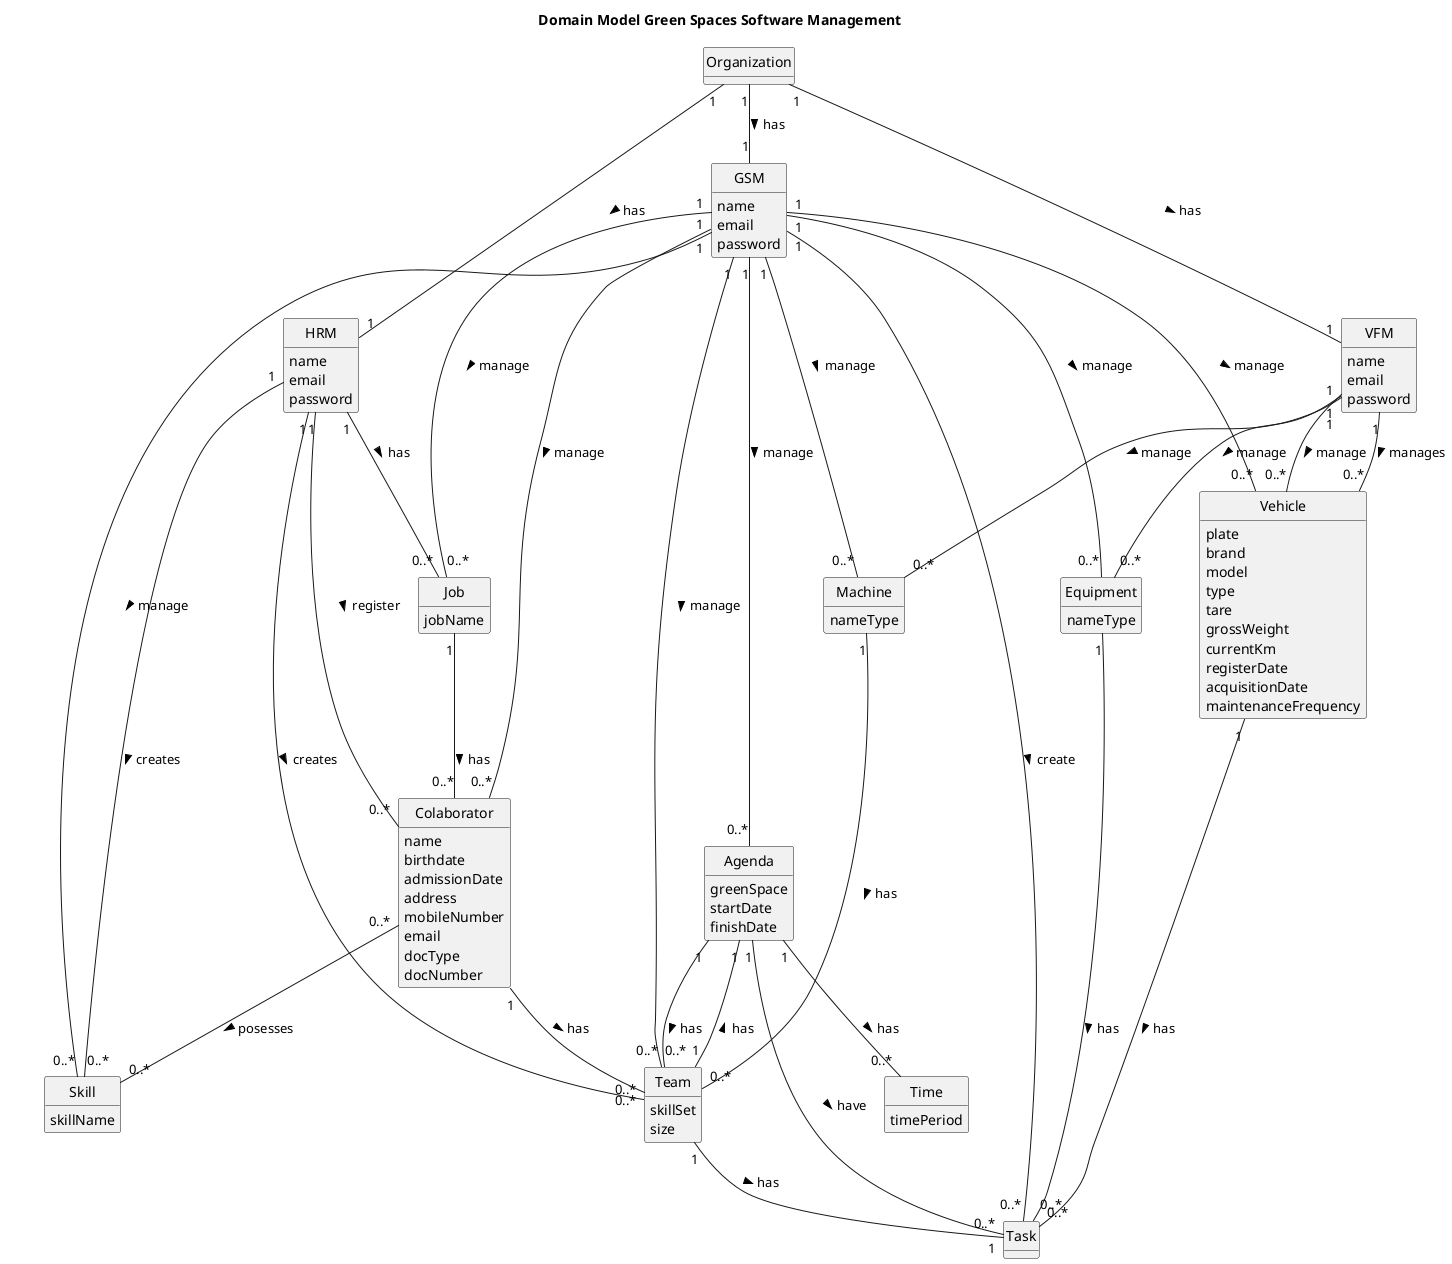
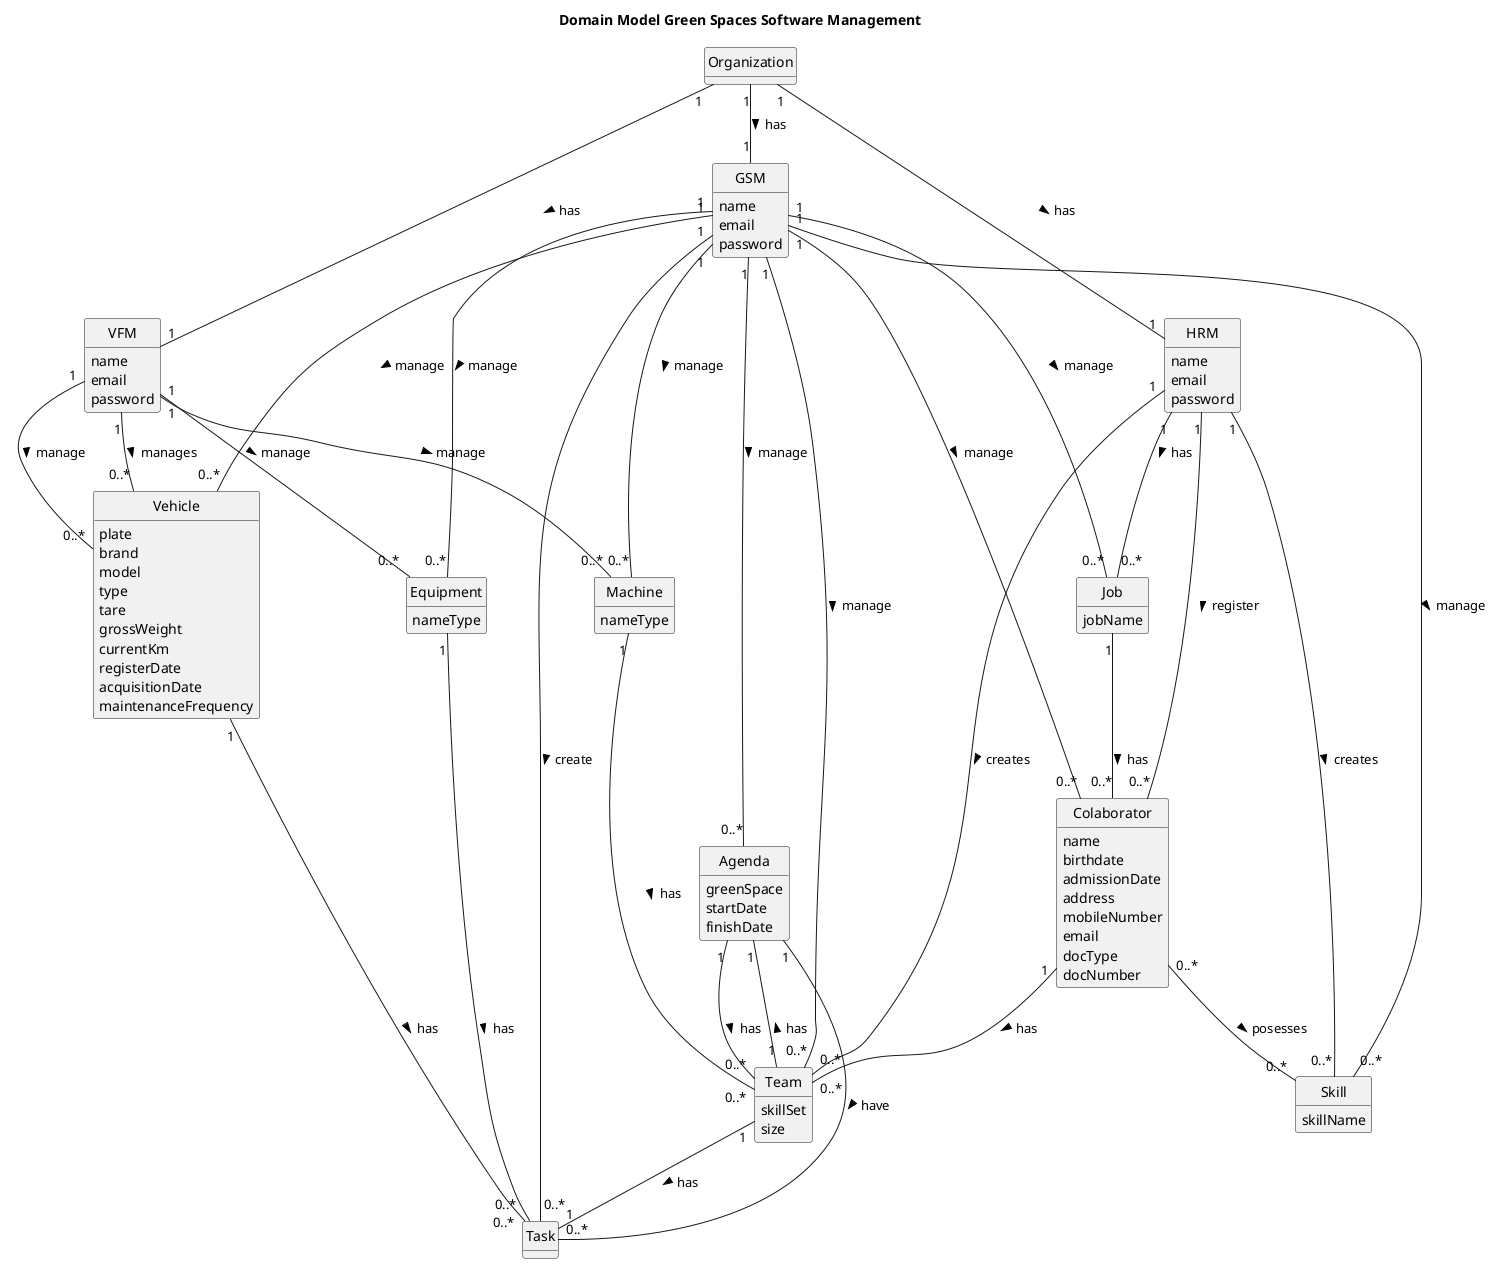
@startuml
skinparam monochrome true
skinparam packageStyle rectangle
skinparam shadowing false
'skinparam linetype ortho
'left to right direction
skinparam classAttributeIconSize 0
hide circle
hide methods
title Domain Model Green Spaces Software Management

'class Platform {
'  -description
'}

class Organization {
}

class Task {
}


class HRM{
    name
    email
    password
}

class Skill{
    skillName
}

class VFM{
    name
    email
    password
}

class GSM{
    name
    email
    password
}

class Vehicle{
    plate
    brand
    model
    type
    tare
    grossWeight
    currentKm
    registerDate
    acquisitionDate
    maintenanceFrequency
}

class Agenda{
    greenSpace
    startDate
    finishDate
}

class Equipment{
    nameType
}

class Job{
    jobName
}

class Machine{
    nameType
}

class Team{
    skillSet
    size
}


class Colaborator {
    name
    birthdate
    admissionDate
    address
    mobileNumber
    email
    docType
    docNumber
}

- class Time{
-     timePeriod
- }


Organization "1" -- "1" HRM : has >
Organization "1" -- "1" VFM : has >
Organization "1" -- "1" GSM : has >

HRM "1" -- "0..*" Colaborator : register >
HRM "1" -- "0..*" Job : has >
HRM "1" -- "0..*" Team : creates >
HRM "1" -- "0..*" Skill : creates >

VFM "1" -- "0..*" Vehicle : manage >
VFM "1" -- "0..*" Equipment : manage >
VFM "1" -- "0..*" Machine : manage >
VFM "1" -- "0..*" Vehicle : manages >

GSM "1" --- "0..*" Colaborator : manage >
GSM "1" --- "0..*" Vehicle : manage >
GSM "1" --- "0..*" Team : manage >
GSM "1" --- "0..*" Task : create >
GSM "1" --- "0..*" Equipment : manage >
GSM "1" --- "0..*" Job : manage >
GSM "1" --- "0..*" Machine : manage >
GSM "1" - "0..*" Agenda : manage >
GSM "1" --- "0..*" Skill : manage >

Vehicle "1" -- "0..*" Task : has >

Equipment "1" -- "0..*" Task : has >

Colaborator "0..*" -- "0..*" Skill : posesses >
Colaborator "1" -- "0..*" Team : has >

Job "1" -- "0..*" Colaborator : has >

Team "1" -- "1" Task : has >
Team "1" -- "1" Agenda : has >

Machine "1" -- "0..*" Team : has >


Agenda "1" -- "0..*" Team : has >
Agenda "1" -- "0..*" Task : have >
- Agenda "1" -- "0..*" Time : has >
+ 



@enduml